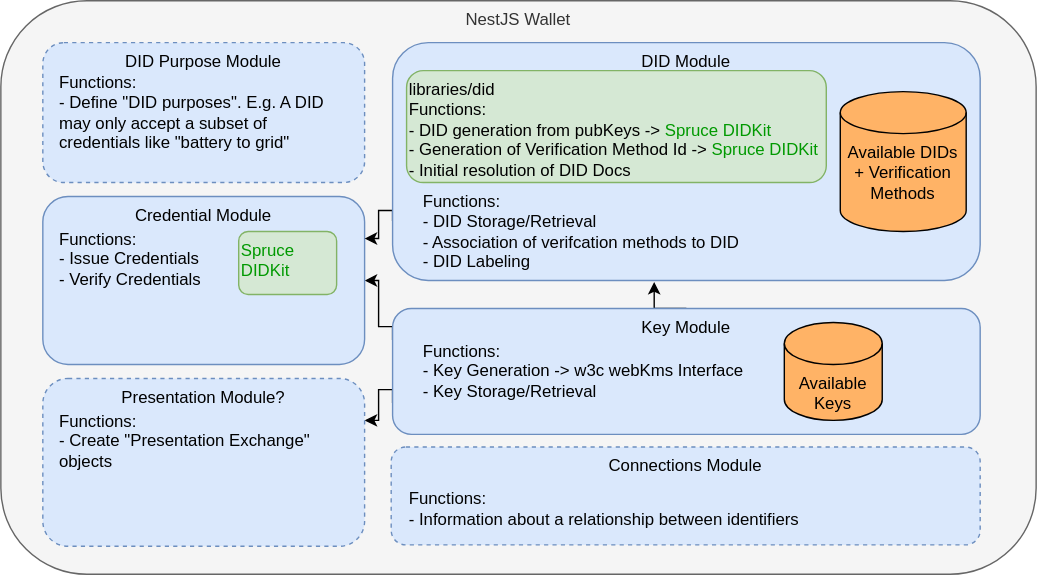
Before: ssi-wallet-architecture.drawio.svg, a diagram exported from draw.io (openwallet-foundation-labs/vc-api). Source tidied: cells renumbered, new cells last; positions are measured from the earlier drawing's top-left corner, leaving out a move shared by most shapes.
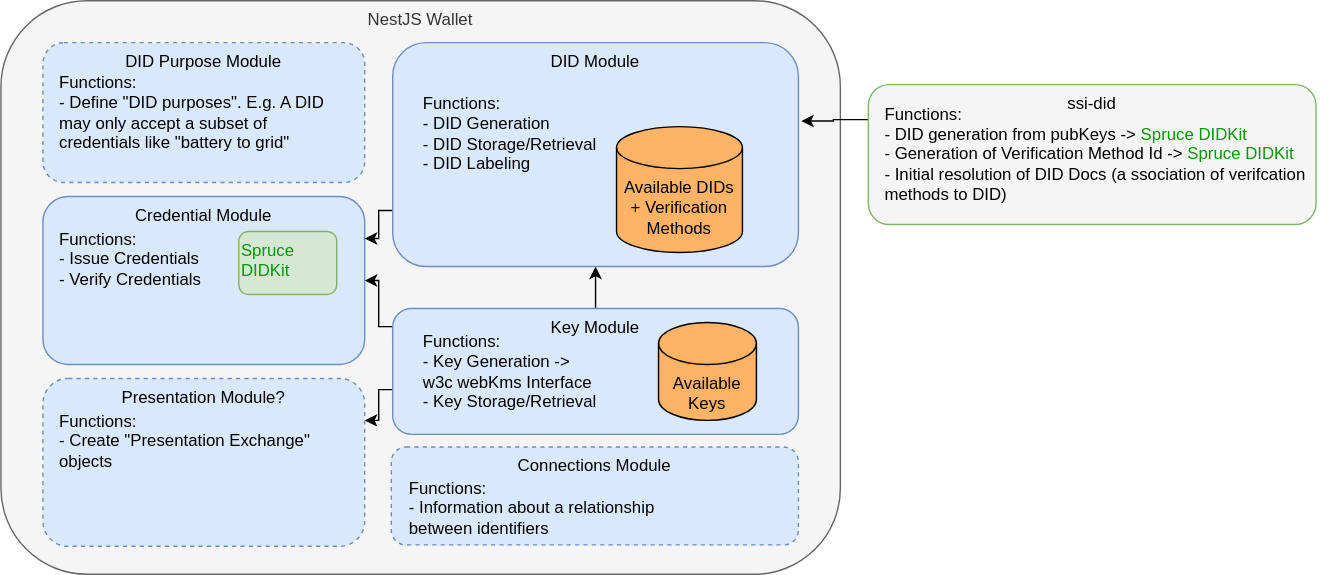
After the commit.

Commit message:
docs: split out ssi-did

Change to the diagram source:
```diff
@@ -2,8 +2,8 @@
   <root>
     <mxCell id="0" />
     <mxCell id="1" parent="0" />
-    <mxCell id="2" value="NestJS Wallet" style="rounded=1;whiteSpace=wrap;html=1;verticalAlign=top;fillColor=#f5f5f5;fontColor=#333333;strokeColor=#666666;" parent="1" vertex="1">
-      <mxGeometry width="740" height="410" as="geometry" />
+    <mxCell id="2" value="NestJS Wallet" style="rounded=1;whiteSpace=wrap;html=1;verticalAlign=top;fontColor=#333333;strokeColor=#666666;fillColor=#F5F5F5;" parent="1" vertex="1">
+      <mxGeometry width="600" height="410" as="geometry" />
     </mxCell>
     <mxCell id="3" style="edgeStyle=orthogonalEdgeStyle;jettySize=auto;html=1;exitX=0;exitY=0.75;exitDx=0;exitDy=0;entryX=1;entryY=0.25;entryDx=0;entryDy=0;fontColor=#000000;strokeColor=#000000;rounded=0;" parent="1" edge="1" source="6" target="19">
       <mxGeometry relative="1" as="geometry">
@@ -21,17 +21,17 @@
         </Array>
       </mxGeometry>
     </mxCell>
-    <mxCell id="5" style="edgeStyle=orthogonalEdgeStyle;rounded=0;jettySize=auto;html=1;exitX=0.5;exitY=0;exitDx=0;exitDy=0;entryX=0.726;entryY=1.014;entryDx=0;entryDy=0;fontColor=#000000;strokeColor=#000000;entryPerimeter=0;" parent="1" edge="1" source="6" target="15">
+    <mxCell id="5" style="edgeStyle=orthogonalEdgeStyle;rounded=0;jettySize=auto;html=1;exitX=0.5;exitY=0;exitDx=0;exitDy=0;entryX=0.5;entryY=1;entryDx=0;entryDy=0;fontColor=#000000;strokeColor=#000000;" parent="1" edge="1" source="6" target="12">
       <mxGeometry relative="1" as="geometry" />
     </mxCell>
     <mxCell id="6" value="Key Module" style="rounded=1;whiteSpace=wrap;html=1;verticalAlign=top;fillColor=#dae8fc;strokeColor=#6c8ebf;fontColor=#000000;" parent="1" vertex="1">
-      <mxGeometry x="280" y="220" width="420" height="90" as="geometry" />
+      <mxGeometry x="280" y="220" width="290" height="90" as="geometry" />
     </mxCell>
     <mxCell id="7" value="Available Keys" style="shape=cylinder3;whiteSpace=wrap;html=1;boundedLbl=1;backgroundOutline=1;size=15;verticalAlign=top;fillColor=#FFB366;fontColor=#000000;" parent="1" vertex="1">
-      <mxGeometry x="560" y="230" width="70" height="70" as="geometry" />
+      <mxGeometry x="470" y="230" width="70" height="70" as="geometry" />
     </mxCell>
     <mxCell id="8" value="Functions:&lt;br&gt;- Key Generation -&amp;gt; w3c webKms Interface&lt;br&gt;- Key Storage/Retrieval" style="text;html=1;strokeColor=none;fillColor=none;align=left;verticalAlign=middle;whiteSpace=wrap;rounded=0;fontColor=#000000;" parent="1" vertex="1">
-      <mxGeometry x="300" y="240" width="250" height="50" as="geometry" />
+      <mxGeometry x="300" y="240" width="130" height="50" as="geometry" />
     </mxCell>
     <mxCell id="9" value="Credential Module" style="rounded=1;whiteSpace=wrap;html=1;verticalAlign=top;fillColor=#dae8fc;strokeColor=#6c8ebf;fontColor=#000000;" parent="1" vertex="1">
       <mxGeometry x="30" y="140" width="230" height="120" as="geometry" />
@@ -48,16 +48,19 @@
       </mxGeometry>
     </mxCell>
     <mxCell id="12" value="DID Module" style="rounded=1;whiteSpace=wrap;html=1;verticalAlign=top;fillColor=#dae8fc;strokeColor=#6c8ebf;fontColor=#030303;" parent="1" vertex="1">
-      <mxGeometry x="280" y="30" width="420" height="170" as="geometry" />
+      <mxGeometry x="280" y="30" width="290" height="160" as="geometry" />
     </mxCell>
+    <mxCell id="23" style="edgeStyle=orthogonalEdgeStyle;rounded=0;jettySize=auto;html=1;exitX=0;exitY=0.25;exitDx=0;exitDy=0;entryX=1.007;entryY=0.35;entryDx=0;entryDy=0;entryPerimeter=0;strokeColor=#030303;" parent="1" edge="1" source="13" target="12">
+      <mxGeometry relative="1" as="geometry" />
+    </mxCell>
-    <mxCell id="13" value="libraries/did&lt;br&gt;Functions:&lt;br&gt;- DID generation from pubKeys -&amp;gt; &lt;font color=&quot;#009900&quot;&gt;Spruce DIDKit&lt;br&gt;&lt;/font&gt;- Generation of Verification Method Id -&amp;gt;&amp;nbsp;&lt;span style=&quot;color: rgb(0 , 153 , 0)&quot;&gt;Spruce DIDKit&lt;/span&gt;&lt;br&gt;- Initial resolution of DID Docs" style="rounded=1;whiteSpace=wrap;html=1;align=left;verticalAlign=top;fillColor=#d5e8d4;strokeColor=#82b366;fontColor=#000000;" parent="1" vertex="1">
-      <mxGeometry x="290" y="50" width="300" height="80" as="geometry" />
+    <mxCell id="13" value="ssi-did" style="rounded=1;whiteSpace=wrap;html=1;align=center;verticalAlign=top;strokeColor=#82b366;fontColor=#000000;fillColor=#F5F5F5;" parent="1" vertex="1">
+      <mxGeometry x="620" y="60" width="320" height="100" as="geometry" />
     </mxCell>
     <mxCell id="14" value="Available DIDs + Verification Methods" style="shape=cylinder3;whiteSpace=wrap;html=1;boundedLbl=1;backgroundOutline=1;size=15;verticalAlign=top;fillColor=#FFB366;fontColor=#000000;" parent="1" vertex="1">
-      <mxGeometry x="600" y="65" width="90" height="100" as="geometry" />
+      <mxGeometry x="440" y="90" width="90" height="90" as="geometry" />
     </mxCell>
-    <mxCell id="15" value="Functions:&lt;br&gt;- DID Storage/Retrieval&lt;br&gt;- Association of verifcation methods to DID&lt;br&gt;- DID Labeling" style="text;html=1;strokeColor=none;fillColor=none;align=left;verticalAlign=middle;whiteSpace=wrap;rounded=0;fontColor=#030303;" parent="1" vertex="1">
-      <mxGeometry x="300" y="130" width="230" height="70" as="geometry" />
+    <mxCell id="15" value="Functions:&lt;br&gt;- DID Generation&lt;br&gt;- DID Storage/Retrieval&lt;br&gt;- DID Labeling" style="text;html=1;strokeColor=none;fillColor=none;align=left;verticalAlign=middle;whiteSpace=wrap;rounded=0;fontColor=#030303;" parent="1" vertex="1">
+      <mxGeometry x="300" y="60" width="140" height="70" as="geometry" />
     </mxCell>
     <mxCell id="16" value="&lt;font color=&quot;#009900&quot;&gt;Spruce DIDKit&lt;/font&gt;" style="rounded=1;whiteSpace=wrap;html=1;align=left;verticalAlign=top;fillColor=#d5e8d4;strokeColor=#82b366;fontColor=#000000;" parent="1" vertex="1">
       <mxGeometry x="170" y="165" width="70" height="45" as="geometry" />
@@ -66,13 +69,13 @@
       <mxGeometry x="30" y="30" width="230" height="100" as="geometry" />
     </mxCell>
     <mxCell id="18" value="Connections Module" style="rounded=1;whiteSpace=wrap;html=1;verticalAlign=top;fillColor=#dae8fc;strokeColor=#6c8ebf;fontColor=#000000;dashed=1;" parent="1" vertex="1">
-      <mxGeometry x="279" y="319" width="421" height="70" as="geometry" />
+      <mxGeometry x="279" y="319" width="291" height="70" as="geometry" />
     </mxCell>
     <mxCell id="19" value="Presentation Module?" style="rounded=1;whiteSpace=wrap;html=1;verticalAlign=top;fillColor=#dae8fc;strokeColor=#6c8ebf;fontColor=#000000;dashed=1;" parent="1" vertex="1">
       <mxGeometry x="30" y="270" width="230" height="120" as="geometry" />
     </mxCell>
     <mxCell id="20" value="Functions:&lt;br&gt;- Information about a relationship between identifiers" style="text;html=1;strokeColor=none;fillColor=none;align=left;verticalAlign=middle;whiteSpace=wrap;rounded=0;fontColor=#030303;" parent="1" vertex="1">
-      <mxGeometry x="290" y="340" width="340" height="45" as="geometry" />
+      <mxGeometry x="290" y="340" width="220" height="45" as="geometry" />
     </mxCell>
     <mxCell id="21" value="Functions:&lt;br&gt;- Define &quot;DID purposes&quot;. E.g. A DID may only accept a subset of credentials like &quot;battery to grid&quot;" style="text;html=1;strokeColor=none;fillColor=none;align=left;verticalAlign=middle;whiteSpace=wrap;rounded=0;fontColor=#000000;" parent="1" vertex="1">
       <mxGeometry x="40" y="50" width="200" height="60" as="geometry" />
@@ -80,5 +83,8 @@
     <mxCell id="22" value="Functions:&lt;br&gt;- Create &quot;Presentation Exchange&quot; objects" style="text;html=1;strokeColor=none;fillColor=none;align=left;verticalAlign=middle;whiteSpace=wrap;rounded=0;fontColor=#000000;" parent="1" vertex="1">
       <mxGeometry x="40" y="290" width="190" height="50" as="geometry" />
     </mxCell>
+    <mxCell id="24" value="&lt;span style=&quot;color: rgb(0 , 0 , 0)&quot;&gt;Functions:&lt;/span&gt;&lt;br style=&quot;color: rgb(0 , 0 , 0)&quot;&gt;&lt;span style=&quot;color: rgb(0 , 0 , 0)&quot;&gt;- DID generation from pubKeys -&amp;gt;&amp;nbsp;&lt;/span&gt;&lt;font color=&quot;#009900&quot;&gt;Spruce DIDKit&lt;br&gt;&lt;/font&gt;&lt;span style=&quot;color: rgb(0 , 0 , 0)&quot;&gt;- Generation of Verification Method Id -&amp;gt;&amp;nbsp;&lt;/span&gt;&lt;span style=&quot;color: rgb(0 , 153 , 0)&quot;&gt;Spruce DIDKit&lt;/span&gt;&lt;br style=&quot;color: rgb(0 , 0 , 0)&quot;&gt;&lt;span style=&quot;color: rgb(0 , 0 , 0)&quot;&gt;- Initial resolution of DID Docs (a&lt;/span&gt;ssociation of verifcation methods to DID)" style="text;html=1;strokeColor=none;fillColor=none;align=left;verticalAlign=middle;whiteSpace=wrap;rounded=0;fontColor=#030303;" parent="1" vertex="1">
+      <mxGeometry x="630" y="75" width="320" height="70" as="geometry" />
+    </mxCell>
   </root>
 </mxGraphModel>
```
